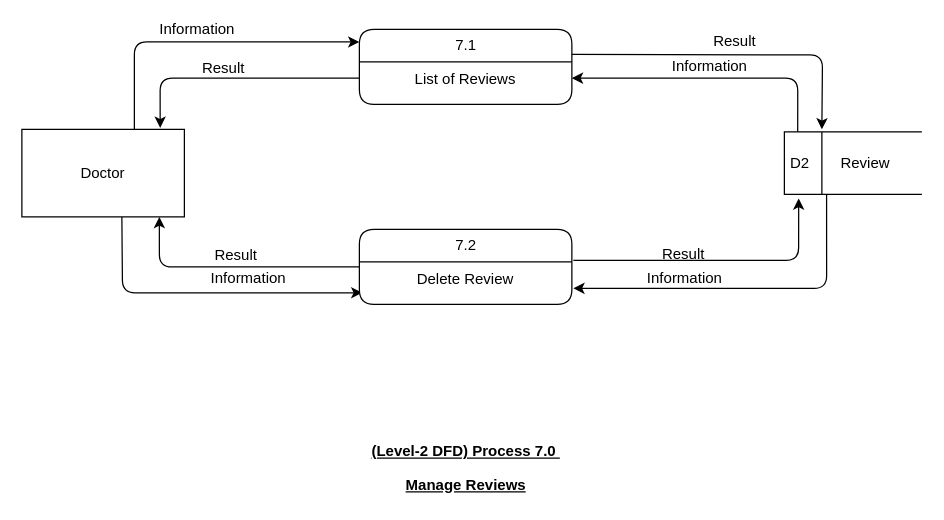
The draw.io diagram page "12.0" (5 of 5) of resources/dfd/Doctor/DFD-Doctor.drawio in vanluong94/aptech-doccure, before the edit. Source tidied: cells renumbered, new cells numbered last; positions are measured from the earlier drawing's top-left corner, leaving out a move shared by most shapes. Both pictures are drawn from the tidied source at 125%, with x=0, y=0 at pixel (21, 29).
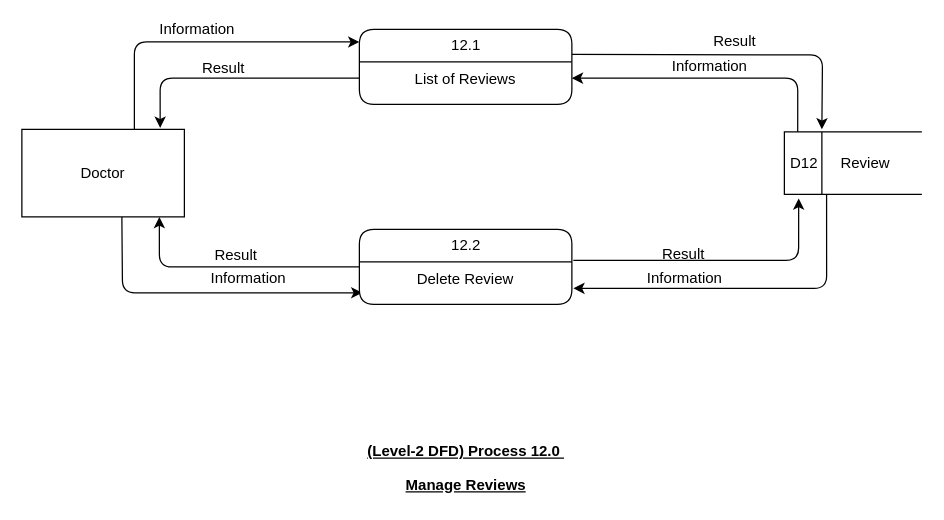
The same page after the edit.

Diff of the diagram source:
```diff
@@
-    <mxCell id="2" value="&lt;p class=&quot;MsoNormal&quot; style=&quot;font-size: 12px&quot;&gt;&lt;font style=&quot;font-size: 12px&quot;&gt;&lt;span style=&quot;font-size: 12px&quot;&gt;&lt;b style=&quot;font-size: 12px&quot;&gt;&lt;u style=&quot;font-size: 12px&quot;&gt;(Level-2 DFD) Process 7.0&amp;nbsp;&lt;/u&gt;&lt;/b&gt;&lt;/span&gt;&lt;/font&gt;&lt;br style=&quot;font-size: 12px&quot;&gt;&lt;/p&gt;&lt;b&gt;&lt;u&gt;Manage Reviews&lt;/u&gt;&lt;/b&gt;" style="text;html=1;align=center;verticalAlign=middle;strokeColor=none;fontFamily=Helvetica;fontColor=#000000;fontSize=12;rounded=1;" parent="1" vertex="1">
+    <mxCell id="2" value="&lt;p class=&quot;MsoNormal&quot; style=&quot;font-size: 12px&quot;&gt;&lt;font style=&quot;font-size: 12px&quot;&gt;&lt;span style=&quot;font-size: 12px&quot;&gt;&lt;b style=&quot;font-size: 12px&quot;&gt;&lt;u style=&quot;font-size: 12px&quot;&gt;(Level-2 DFD) Process 12.0&amp;nbsp;&lt;/u&gt;&lt;/b&gt;&lt;/span&gt;&lt;/font&gt;&lt;br style=&quot;font-size: 12px&quot;&gt;&lt;/p&gt;&lt;b&gt;&lt;u&gt;Manage Reviews&lt;/u&gt;&lt;/b&gt;" style="text;html=1;align=center;verticalAlign=middle;strokeColor=none;fontFamily=Helvetica;fontColor=#000000;fontSize=12;rounded=1;" parent="1" vertex="1">
       <mxGeometry x="270" y="315" width="170" height="60" as="geometry" />
     </mxCell>
@@
-    <mxCell id="8" value="7.1" style="swimlane;html=1;fontStyle=0;horizontal=1;startSize=26;swimlaneFillColor=#ffffff;align=center;shadow=0;comic=0;labelBackgroundColor=none;strokeWidth=1;fontFamily=Helvetica;fontSize=12;fontColor=#000000;rounded=1;" parent="1" vertex="1">
+    <mxCell id="8" value="12.1" style="swimlane;html=1;fontStyle=0;horizontal=1;startSize=26;swimlaneFillColor=#ffffff;align=center;shadow=0;comic=0;labelBackgroundColor=none;strokeWidth=1;fontFamily=Helvetica;fontSize=12;fontColor=#000000;rounded=1;" parent="1" vertex="1">
       <mxGeometry x="270" width="170" height="60" as="geometry" />
     </mxCell>
@@
-    <mxCell id="12" value="7.2" style="swimlane;html=1;fontStyle=0;horizontal=1;startSize=26;swimlaneFillColor=#ffffff;align=center;shadow=0;comic=0;labelBackgroundColor=none;strokeWidth=1;fontFamily=Helvetica;fontSize=12;fontColor=#000000;rounded=1;" parent="1" vertex="1">
+    <mxCell id="12" value="12.2" style="swimlane;html=1;fontStyle=0;horizontal=1;startSize=26;swimlaneFillColor=#ffffff;align=center;shadow=0;comic=0;labelBackgroundColor=none;strokeWidth=1;fontFamily=Helvetica;fontSize=12;fontColor=#000000;rounded=1;" parent="1" vertex="1">
       <mxGeometry x="270" y="160" width="170" height="60" as="geometry" />
     </mxCell>
@@
-    <mxCell id="16" value="D2&lt;span style=&quot;white-space: pre&quot;&gt;&#9;&lt;/span&gt;&lt;span style=&quot;white-space: pre&quot;&gt;&#9;&lt;/span&gt;" style="html=1;dashed=0;whitespace=wrap;shape=mxgraph.dfd.dataStoreID;align=left;spacingLeft=3;points=[[0,0],[0.5,0],[1,0],[0,0.5],[1,0.5],[0,1],[0.5,1],[1,1]];fontFamily=Helvetica;fontColor=#000000;fontSize=12;rounded=1;" parent="1" vertex="1">
+    <mxCell id="16" value="D12&lt;span style=&quot;white-space: pre&quot;&gt;&#9;&lt;/span&gt;&lt;span style=&quot;white-space: pre&quot;&gt;&#9;&lt;/span&gt;" style="html=1;dashed=0;whitespace=wrap;shape=mxgraph.dfd.dataStoreID;align=left;spacingLeft=3;points=[[0,0],[0.5,0],[1,0],[0,0.5],[1,0.5],[0,1],[0.5,1],[1,1]];fontFamily=Helvetica;fontColor=#000000;fontSize=12;rounded=1;" parent="1" vertex="1">
       <mxGeometry x="610" y="82" width="110" height="50" as="geometry" />
     </mxCell>
```
